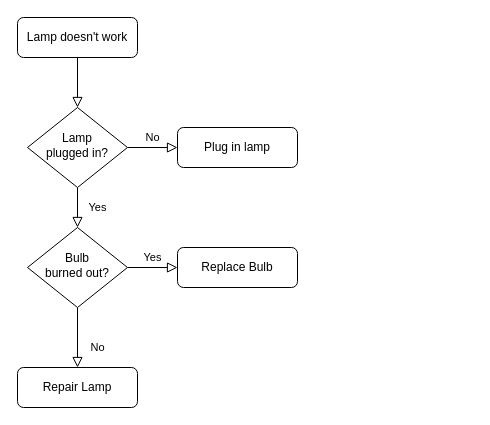
alfmartinez/detepisodes keeps this draw.io diagram as episode1.drawio. Above is the earlier version. Source tidied: cells renumbered, new cells numbered last; positions are measured from the earlier drawing's top-left corner, leaving out a move shared by most shapes. Both pictures are drawn from the tidied source at 100%, with x=0, y=0 at pixel (17, 17).
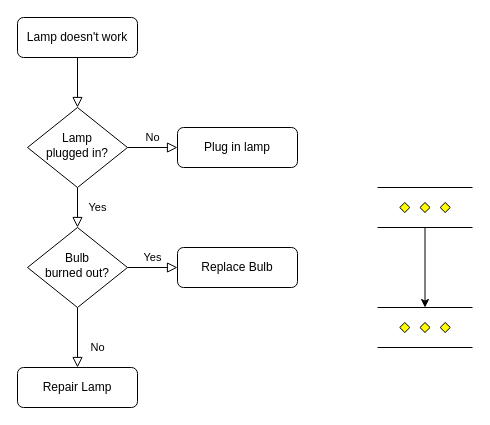
The same diagram, later.

Commit message:
Mettre à jour episode1.drawio

Diff of the diagram source:
```diff
@@
 <mxGraphModel>
   <root>
     <mxCell id="0" />
     <mxCell id="1" parent="0" />
     <mxCell id="2" style="rounded=0;html=1;jettySize=auto;fontSize=11;endArrow=block;endFill=0;endSize=8;strokeWidth=1;shadow=0;labelBackgroundColor=none;edgeStyle=orthogonalEdgeStyle;" parent="1" edge="1" source="3" target="6">
       <mxGeometry relative="1" as="geometry" />
     </mxCell>
     <mxCell id="3" value="Lamp doesn't work" style="rounded=1;whiteSpace=wrap;html=1;fontSize=12;glass=0;strokeWidth=1;shadow=0;" parent="1" vertex="1">
       <mxGeometry width="120" height="40" as="geometry" />
     </mxCell>
     <mxCell id="4" value="Yes" style="rounded=0;html=1;jettySize=auto;fontSize=11;endArrow=block;endFill=0;endSize=8;strokeWidth=1;shadow=0;labelBackgroundColor=none;edgeStyle=orthogonalEdgeStyle;" parent="1" edge="1" source="6" target="10">
       <mxGeometry y="20" relative="1" as="geometry" />
     </mxCell>
     <mxCell id="5" value="No" style="edgeStyle=orthogonalEdgeStyle;rounded=0;html=1;jettySize=auto;fontSize=11;endArrow=block;endFill=0;endSize=8;strokeWidth=1;shadow=0;labelBackgroundColor=none;" parent="1" edge="1" source="6" target="7">
       <mxGeometry y="10" relative="1" as="geometry" />
     </mxCell>
     <mxCell id="6" value="Lamp&lt;br&gt;plugged in?" style="rhombus;whiteSpace=wrap;html=1;shadow=0;fontFamily=Helvetica;fontSize=12;align=center;strokeWidth=1;spacing=6;spacingTop=-4;" parent="1" vertex="1">
       <mxGeometry x="10" y="90" width="100" height="80" as="geometry" />
     </mxCell>
     <mxCell id="7" value="Plug in lamp" style="rounded=1;whiteSpace=wrap;html=1;fontSize=12;glass=0;strokeWidth=1;shadow=0;" parent="1" vertex="1">
       <mxGeometry x="160" y="110" width="120" height="40" as="geometry" />
     </mxCell>
     <mxCell id="8" value="No" style="rounded=0;html=1;jettySize=auto;fontSize=11;endArrow=block;endFill=0;endSize=8;strokeWidth=1;shadow=0;labelBackgroundColor=none;edgeStyle=orthogonalEdgeStyle;" parent="1" edge="1" source="10" target="11">
       <mxGeometry x="0.33" y="20" relative="1" as="geometry" />
     </mxCell>
     <mxCell id="9" value="Yes" style="edgeStyle=orthogonalEdgeStyle;rounded=0;html=1;jettySize=auto;fontSize=11;endArrow=block;endFill=0;endSize=8;strokeWidth=1;shadow=0;labelBackgroundColor=none;" parent="1" edge="1" source="10" target="12">
       <mxGeometry y="10" relative="1" as="geometry" />
     </mxCell>
     <mxCell id="10" value="Bulb&lt;br&gt;burned out?" style="rhombus;whiteSpace=wrap;html=1;shadow=0;fontFamily=Helvetica;fontSize=12;align=center;strokeWidth=1;spacing=6;spacingTop=-4;" parent="1" vertex="1">
       <mxGeometry x="10" y="210" width="100" height="80" as="geometry" />
     </mxCell>
     <mxCell id="11" value="Repair Lamp" style="rounded=1;whiteSpace=wrap;html=1;fontSize=12;glass=0;strokeWidth=1;shadow=0;" parent="1" vertex="1">
       <mxGeometry y="350" width="120" height="40" as="geometry" />
     </mxCell>
     <mxCell id="12" value="Replace Bulb" style="rounded=1;whiteSpace=wrap;html=1;fontSize=12;glass=0;strokeWidth=1;shadow=0;" parent="1" vertex="1">
       <mxGeometry x="160" y="230" width="120" height="40" as="geometry" />
     </mxCell>
+    <mxCell id="13" style="edgeStyle=orthogonalEdgeStyle;rounded=0;jettySize=auto;html=1;" parent="1" edge="1" source="14" target="15">
+      <mxGeometry relative="1" as="geometry" />
+    </mxCell>
+    <mxCell id="14" style="verticalLabelPosition=bottom;verticalAlign=top;html=1;shape=mxgraph.flowchart.parallel_mode;" parent="1" vertex="1">
+      <mxGeometry x="360" y="170" width="95" height="40" as="geometry" />
+    </mxCell>
+    <mxCell id="15" style="verticalLabelPosition=bottom;verticalAlign=top;html=1;shape=mxgraph.flowchart.parallel_mode;" parent="1" vertex="1">
+      <mxGeometry x="360" y="290" width="95" height="40" as="geometry" />
+    </mxCell>
   </root>
 </mxGraphModel>
```
